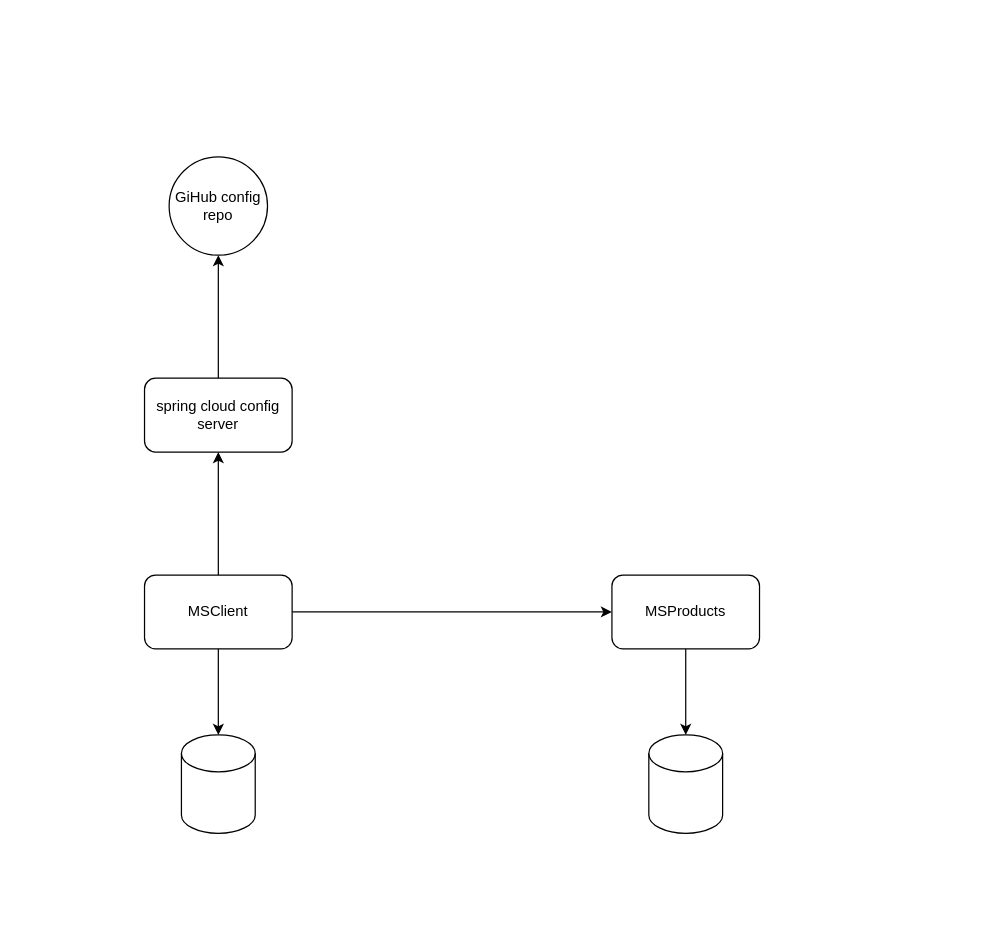
The draw.io diagram Untitled Diagram.drawio in LuisEveris/ms-product, before the edit. Source tidied: cells renumbered, new cells numbered last; positions are measured from the earlier drawing's top-left corner, leaving out a move shared by most shapes. Both pictures are drawn from the tidied source at 123%, with x=0, y=0 at pixel (144, 156).
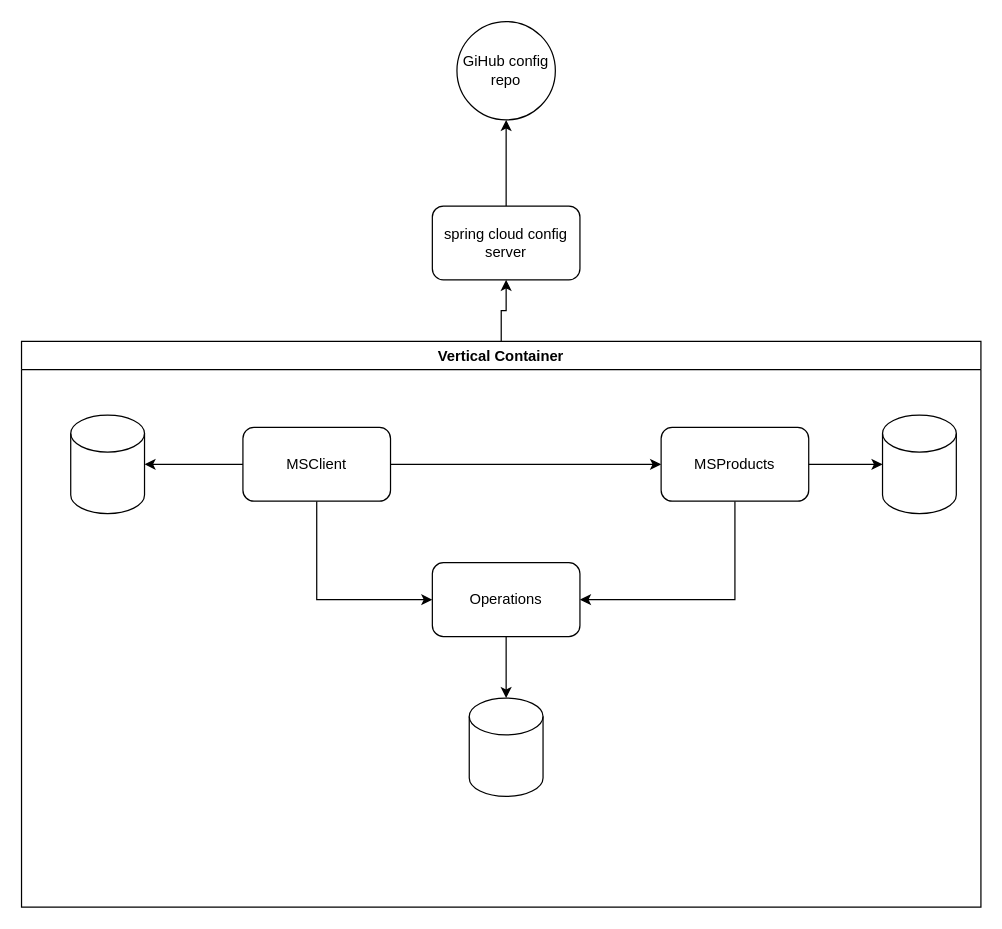
After the change.

The edit, as a diff of the source:
```diff
@@
-    <mxCell id="2" style="shape=cylinder3;whiteSpace=wrap;html=1;boundedLbl=1;backgroundOutline=1;size=15;" parent="1" vertex="1">
-      <mxGeometry x="30" y="470" width="60" height="80" as="geometry" />
-    </mxCell>
-    <mxCell id="3" style="edgeStyle=orthogonalEdgeStyle;rounded=0;jettySize=auto;html=1;" parent="1" edge="1" source="6" target="10">
-      <mxGeometry relative="1" as="geometry" />
-    </mxCell>
-    <mxCell id="4" style="edgeStyle=orthogonalEdgeStyle;rounded=0;jettySize=auto;html=1;" parent="1" edge="1" source="6" target="2">
-      <mxGeometry relative="1" as="geometry" />
-    </mxCell>
-    <mxCell id="5" style="edgeStyle=orthogonalEdgeStyle;rounded=0;jettySize=auto;html=1;" parent="1" edge="1" source="6" target="8">
-      <mxGeometry relative="1" as="geometry" />
-    </mxCell>
-    <mxCell id="6" value="MSClient" style="rounded=1;whiteSpace=wrap;html=1;" parent="1" vertex="1">
-      <mxGeometry y="340" width="120" height="60" as="geometry" />
-    </mxCell>
-    <mxCell id="7" style="edgeStyle=orthogonalEdgeStyle;rounded=0;jettySize=auto;html=1;" parent="1" edge="1" source="8" target="11">
-      <mxGeometry relative="1" as="geometry" />
-    </mxCell>
-    <mxCell id="8" value="MSProducts" style="rounded=1;whiteSpace=wrap;html=1;" parent="1" vertex="1">
-      <mxGeometry x="380" y="340" width="120" height="60" as="geometry" />
-    </mxCell>
@@
     <mxCell id="10" value="spring cloud config server" style="rounded=1;whiteSpace=wrap;html=1;" parent="1" vertex="1">
-      <mxGeometry y="180" width="120" height="60" as="geometry" />
+      <mxGeometry x="234" y="40" width="120" height="60" as="geometry" />
     </mxCell>
+    <mxCell id="12" value="GiHub config repo" style="ellipse;whiteSpace=wrap;html=1;" parent="1" vertex="1">
+      <mxGeometry x="254" y="-110" width="80" height="80" as="geometry" />
+    </mxCell>
+    <mxCell id="13" style="edgeStyle=orthogonalEdgeStyle;rounded=0;jettySize=auto;html=1;" parent="1" edge="1" source="14" target="10">
+      <mxGeometry relative="1" as="geometry" />
+    </mxCell>
+    <mxCell id="14" value="Vertical Container" style="swimlane;" parent="1" vertex="1">
+      <mxGeometry x="-100" y="150" width="780" height="460" as="geometry" />
+    </mxCell>
-    <mxCell id="11" style="shape=cylinder3;whiteSpace=wrap;html=1;boundedLbl=1;backgroundOutline=1;size=15;" parent="1" vertex="1">
-      <mxGeometry x="410" y="470" width="60" height="80" as="geometry" />
+    <mxCell id="11" style="shape=cylinder3;whiteSpace=wrap;html=1;boundedLbl=1;backgroundOutline=1;size=15;" parent="14" vertex="1">
+      <mxGeometry x="700" y="60" width="60" height="80" as="geometry" />
     </mxCell>
-    <mxCell id="12" value="GiHub config repo" style="ellipse;whiteSpace=wrap;html=1;" parent="1" vertex="1">
-      <mxGeometry x="20" width="80" height="80" as="geometry" />
-    </mxCell>
+    <mxCell id="2" style="shape=cylinder3;whiteSpace=wrap;html=1;boundedLbl=1;backgroundOutline=1;size=15;" parent="14" vertex="1">
+      <mxGeometry x="40" y="60" width="60" height="80" as="geometry" />
+    </mxCell>
+    <mxCell id="15" style="edgeStyle=orthogonalEdgeStyle;rounded=0;jettySize=auto;html=1;" parent="14" edge="1" source="6" target="18">
+      <mxGeometry relative="1" as="geometry">
+        <Array as="points">
+          <mxPoint x="240" y="210" />
+        </Array>
+      </mxGeometry>
+    </mxCell>
+    <mxCell id="6" value="MSClient" style="rounded=1;whiteSpace=wrap;html=1;" parent="14" vertex="1">
+      <mxGeometry x="180" y="70" width="120" height="60" as="geometry" />
+    </mxCell>
+    <mxCell id="4" style="edgeStyle=orthogonalEdgeStyle;rounded=0;jettySize=auto;html=1;" parent="14" edge="1" source="6" target="2">
+      <mxGeometry relative="1" as="geometry" />
+    </mxCell>
+    <mxCell id="16" style="edgeStyle=orthogonalEdgeStyle;rounded=0;jettySize=auto;html=1;" parent="14" edge="1" source="8" target="18">
+      <mxGeometry relative="1" as="geometry">
+        <Array as="points">
+          <mxPoint x="580" y="210" />
+        </Array>
+      </mxGeometry>
+    </mxCell>
+    <mxCell id="8" value="MSProducts" style="rounded=1;whiteSpace=wrap;html=1;" parent="14" vertex="1">
+      <mxGeometry x="520" y="70" width="120" height="60" as="geometry" />
+    </mxCell>
+    <mxCell id="5" style="edgeStyle=orthogonalEdgeStyle;rounded=0;jettySize=auto;html=1;" parent="14" edge="1" source="6" target="8">
+      <mxGeometry relative="1" as="geometry" />
+    </mxCell>
+    <mxCell id="7" style="edgeStyle=orthogonalEdgeStyle;rounded=0;jettySize=auto;html=1;" parent="14" edge="1" source="8" target="11">
+      <mxGeometry relative="1" as="geometry" />
+    </mxCell>
+    <mxCell id="17" style="edgeStyle=orthogonalEdgeStyle;rounded=0;jettySize=auto;html=1;" parent="14" edge="1" source="18" target="19">
+      <mxGeometry relative="1" as="geometry" />
+    </mxCell>
+    <mxCell id="18" value="Operations" style="rounded=1;whiteSpace=wrap;html=1;" parent="14" vertex="1">
+      <mxGeometry x="334" y="180" width="120" height="60" as="geometry" />
+    </mxCell>
+    <mxCell id="19" style="shape=cylinder3;whiteSpace=wrap;html=1;boundedLbl=1;backgroundOutline=1;size=15;" parent="14" vertex="1">
+      <mxGeometry x="364" y="290" width="60" height="80" as="geometry" />
+    </mxCell>
```
